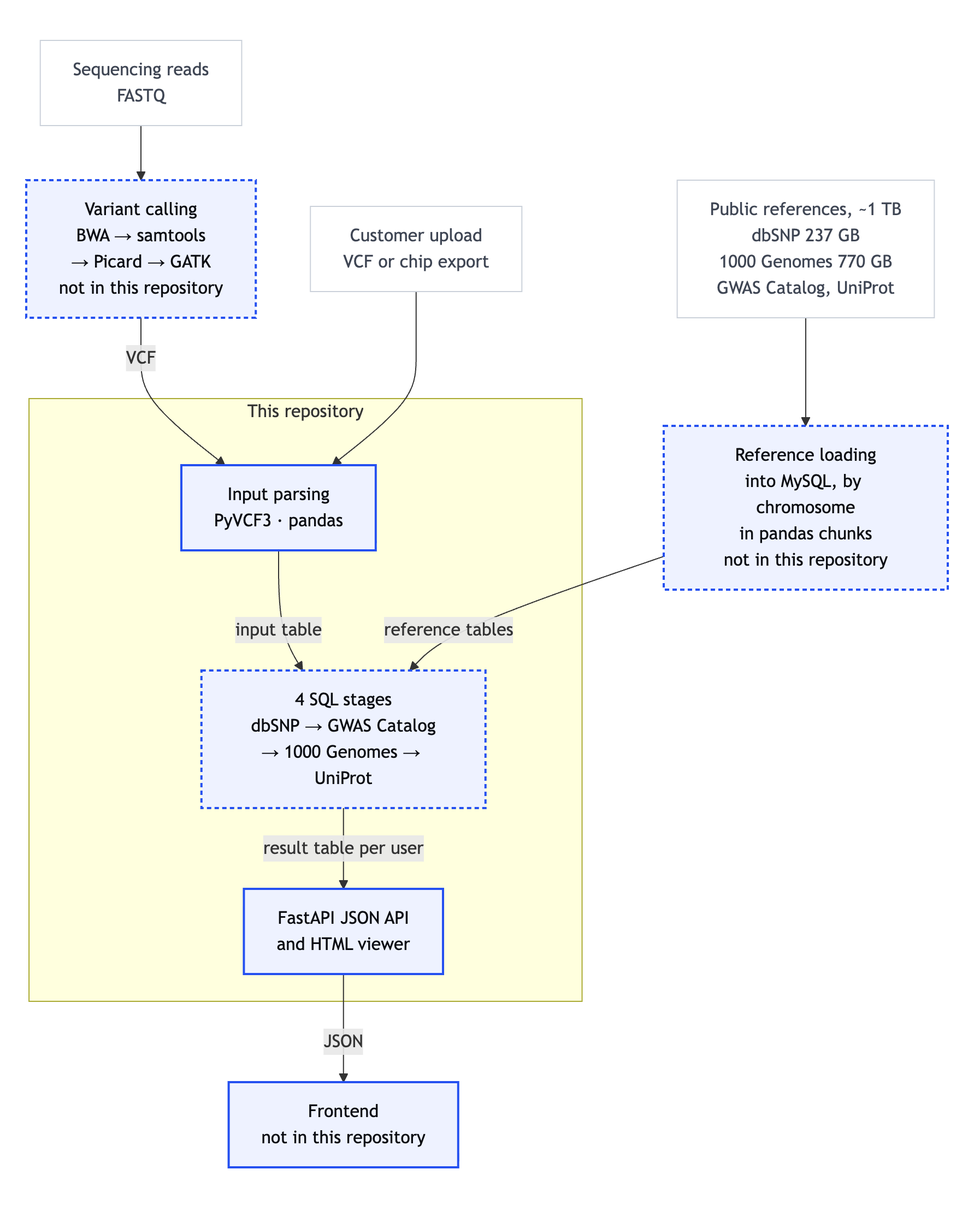
Earlier version of the Mermaid export docs/diagram.png (zoocasso/bio_fastapi). Its source is kept beside it as docs/diagram.mmd.
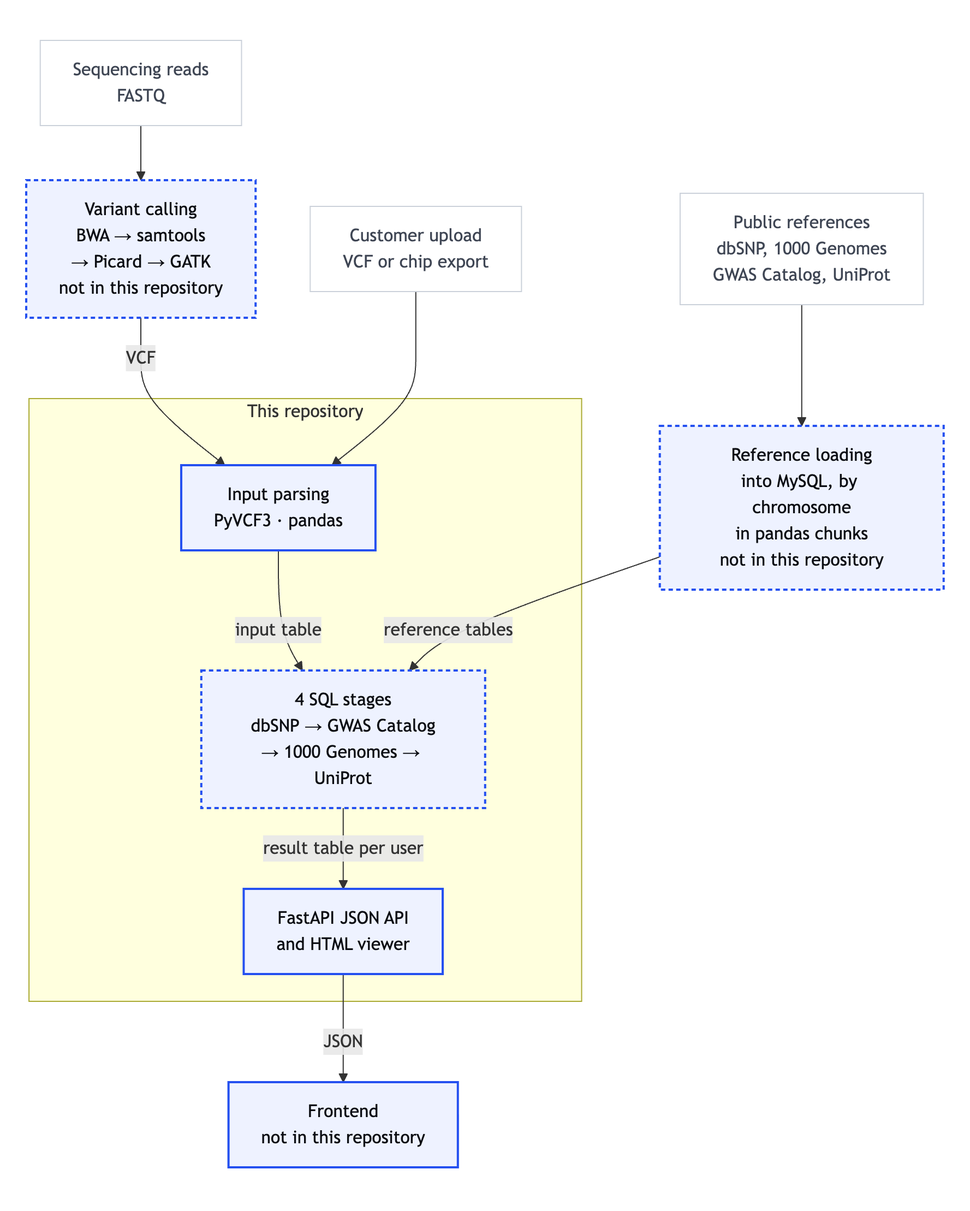
The same file after the commit.

Commit message:
Drop the reference data sizes from the README, the diagram and the pipeline docstring

What changed in the source:
```diff
@@ -1,7 +1,7 @@
 flowchart TB
     fastq["Sequencing reads<br/>FASTQ"]:::ext
     up["Customer upload<br/>VCF or chip export"]:::ext
-    ref["Public references, ~1 TB<br/>dbSNP 237 GB<br/>1000 Genomes 770 GB<br/>GWAS Catalog, UniProt"]:::ext
+    ref["Public references<br/>dbSNP, 1000 Genomes<br/>GWAS Catalog, UniProt"]:::ext
     vcall["Variant calling<br/>BWA → samtools<br/>→ Picard → GATK<br/>not in this repository"]:::shared
     load["Reference loading<br/>into MySQL, by chromosome<br/>in pandas chunks<br/>not in this repository"]:::shared
     subgraph repo["This repository"]
```
